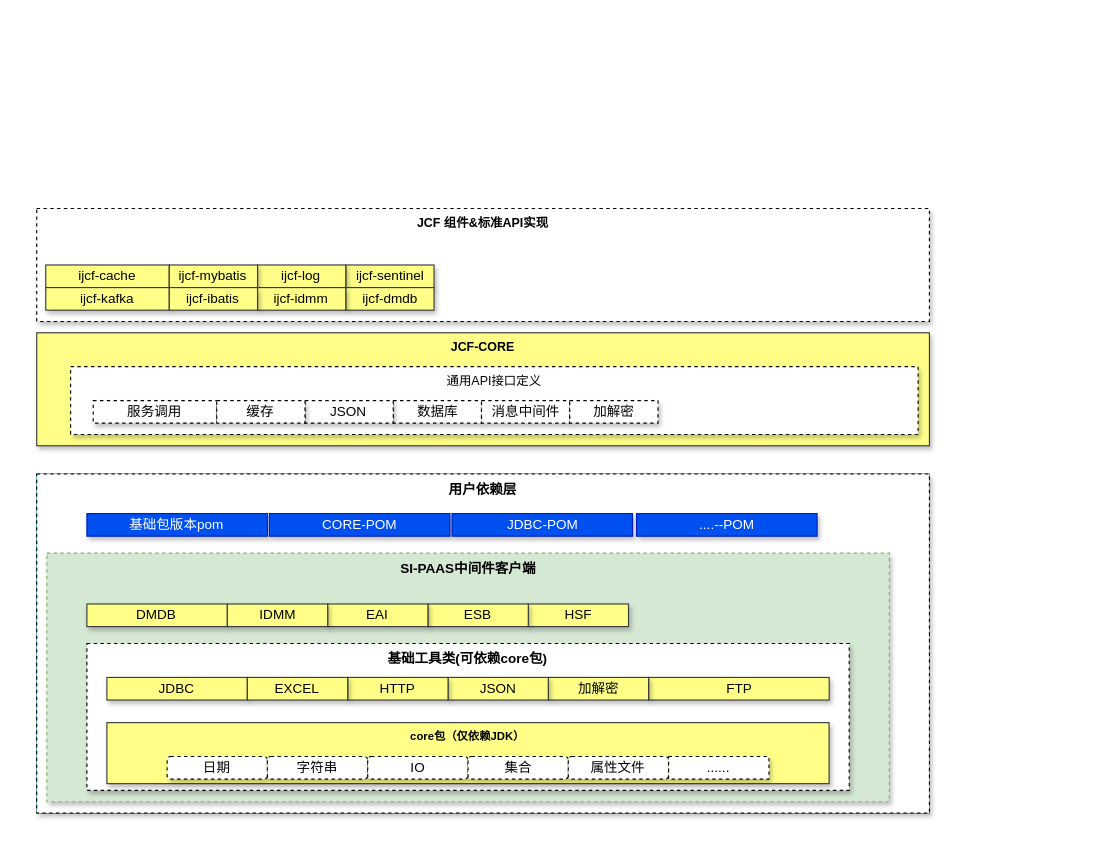
qymmdj/draw-io keeps this draw.io diagram as page "组件及开发框架演进" (12 of 12) of 微服务.drawio. Above is the earlier version. Source tidied: cells renumbered, new cells numbered last; positions are measured from the earlier drawing's top-left corner, leaving out a move shared by most shapes. Both pictures are drawn from the tidied source at 113%, with x=0, y=0 at pixel (36, 208).
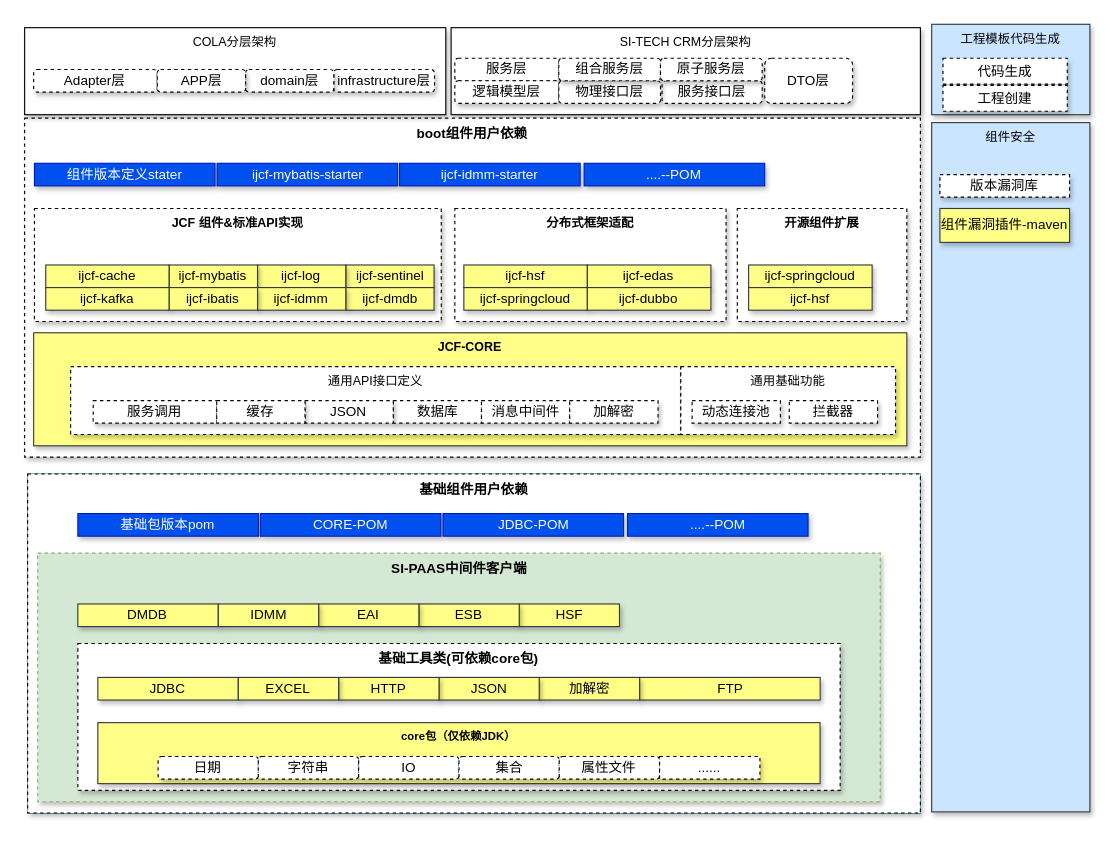
The same page after the edit.

Commit message:
更新微服务.drawio

What changed in the source:
```diff
@@
+    <mxCell id="46" value="SI-TECH CRM分层架构" style="rounded=0;whiteSpace=wrap;html=1;shadow=1;glass=0;sketch=0;fontSize=11;verticalAlign=top;" parent="1" vertex="1">
+      <mxGeometry x="366.7" y="-160" width="415.3" height="77" as="geometry" />
+    </mxCell>
+    <mxCell id="47" value="&lt;span style=&quot;font-size: 12px; font-weight: 700;&quot;&gt;boot组件用户依赖&lt;/span&gt;" style="rounded=0;whiteSpace=wrap;html=1;shadow=1;glass=0;dashed=1;sketch=0;fontSize=11;verticalAlign=top;" parent="1" vertex="1">
+      <mxGeometry x="-10.7" y="-80" width="792.7" height="300" as="geometry" />
+    </mxCell>
     <mxCell id="2" value="JCF 组件&amp;amp;标准API实现" style="rounded=0;whiteSpace=wrap;html=1;shadow=1;glass=0;sketch=0;fontSize=11;verticalAlign=top;fontStyle=1;dashed=1;" parent="1" vertex="1">
-      <mxGeometry width="790" height="100" as="geometry" />
+      <mxGeometry x="-2" width="360" height="100" as="geometry" />
     </mxCell>
     <mxCell id="3" value="JCF-CORE" style="rounded=0;whiteSpace=wrap;html=1;shadow=1;glass=0;sketch=0;fontSize=11;verticalAlign=top;fontStyle=1;fillColor=#ffff88;strokeColor=#36393d;" parent="1" vertex="1">
-      <mxGeometry y="110" width="790" height="100" as="geometry" />
+      <mxGeometry x="-2.7" y="110" width="772.7" height="100" as="geometry" />
     </mxCell>
     <mxCell id="4" value="通用API接口定义" style="rounded=0;whiteSpace=wrap;html=1;shadow=1;glass=0;sketch=0;fontSize=11;verticalAlign=top;dashed=1;" parent="1" vertex="1">
-      <mxGeometry x="30" y="140" width="750" height="60" as="geometry" />
+      <mxGeometry x="30" y="140" width="540" height="60" as="geometry" />
     </mxCell>
     <mxCell id="5" style="group;fillColor=#b0e3e6;strokeColor=#0e8088;" parent="1" vertex="1">
-      <mxGeometry y="235" width="790" height="300" as="geometry" />
+      <mxGeometry x="-8" y="235" width="790" height="300" as="geometry" />
     </mxCell>
-    <mxCell id="6" value="用户依赖层" style="rounded=0;whiteSpace=wrap;html=1;shadow=1;glass=0;sketch=0;dashed=1;verticalAlign=top;fontStyle=1;fontSize=12;" parent="5" vertex="1">
+    <mxCell id="6" value="基础组件用户依赖" style="rounded=0;whiteSpace=wrap;html=1;shadow=1;glass=0;sketch=0;dashed=1;verticalAlign=top;fontStyle=1;fontSize=12;" parent="5" vertex="1">
       <mxGeometry width="790" height="300" as="geometry" />
     </mxCell>
@@
+    <mxCell id="48" value="分布式框架适配" style="rounded=0;whiteSpace=wrap;html=1;shadow=1;glass=0;sketch=0;fontSize=11;verticalAlign=top;fontStyle=1;dashed=1;" parent="1" vertex="1">
+      <mxGeometry x="370" width="240" height="100" as="geometry" />
+    </mxCell>
+    <mxCell id="49" value="ijcf-hsf" style="rounded=0;whiteSpace=wrap;html=1;shadow=1;fillColor=#ffff88;strokeColor=#36393d;" parent="1" vertex="1">
+      <mxGeometry x="378" y="50" width="109.3" height="20" as="geometry" />
+    </mxCell>
+    <mxCell id="50" value="ijcf-springcloud" style="rounded=0;whiteSpace=wrap;html=1;shadow=1;fillColor=#ffff88;strokeColor=#36393d;" parent="1" vertex="1">
+      <mxGeometry x="378" y="70" width="109.3" height="20" as="geometry" />
+    </mxCell>
+    <mxCell id="51" value="ijcf-edas" style="rounded=0;whiteSpace=wrap;html=1;shadow=1;fillColor=#ffff88;strokeColor=#36393d;" parent="1" vertex="1">
+      <mxGeometry x="487.3" y="50" width="109.3" height="20" as="geometry" />
+    </mxCell>
+    <mxCell id="52" value="ijcf-dubbo" style="rounded=0;whiteSpace=wrap;html=1;shadow=1;fillColor=#ffff88;strokeColor=#36393d;" parent="1" vertex="1">
+      <mxGeometry x="487.3" y="70" width="109.3" height="20" as="geometry" />
+    </mxCell>
+    <mxCell id="53" value="开源组件扩展" style="rounded=0;whiteSpace=wrap;html=1;shadow=1;glass=0;sketch=0;fontSize=11;verticalAlign=top;fontStyle=1;dashed=1;" parent="1" vertex="1">
+      <mxGeometry x="620" width="150" height="100" as="geometry" />
+    </mxCell>
+    <mxCell id="54" value="ijcf-springcloud" style="rounded=0;whiteSpace=wrap;html=1;shadow=1;fillColor=#ffff88;strokeColor=#36393d;" parent="1" vertex="1">
+      <mxGeometry x="630" y="50" width="109.3" height="20" as="geometry" />
+    </mxCell>
+    <mxCell id="55" value="ijcf-hsf" style="rounded=0;whiteSpace=wrap;html=1;shadow=1;fillColor=#ffff88;strokeColor=#36393d;" parent="1" vertex="1">
+      <mxGeometry x="630" y="70" width="109.3" height="20" as="geometry" />
+    </mxCell>
+    <mxCell id="56" value="通用基础功能" style="rounded=0;whiteSpace=wrap;html=1;shadow=1;glass=0;sketch=0;fontSize=11;verticalAlign=top;dashed=1;" parent="1" vertex="1">
+      <mxGeometry x="570" y="140" width="190" height="60" as="geometry" />
+    </mxCell>
+    <mxCell id="57" value="动态连接池" style="rounded=0;whiteSpace=wrap;html=1;shadow=1;dashed=1;" parent="1" vertex="1">
+      <mxGeometry x="580" y="170" width="78.1" height="20" as="geometry" />
+    </mxCell>
+    <mxCell id="58" value="拦截器" style="rounded=0;whiteSpace=wrap;html=1;shadow=1;dashed=1;" parent="1" vertex="1">
+      <mxGeometry x="666" y="170" width="78.1" height="20" as="geometry" />
+    </mxCell>
+    <mxCell id="59" value="组件版本定义stater" style="rounded=0;whiteSpace=wrap;html=1;shadow=1;fillColor=#0050ef;fontColor=#ffffff;strokeColor=#001DBC;" parent="1" vertex="1">
+      <mxGeometry x="-2" y="-40" width="159.8" height="20" as="geometry" />
+    </mxCell>
+    <mxCell id="60" value="ijcf-mybatis-starter" style="rounded=0;whiteSpace=wrap;html=1;shadow=1;fillColor=#0050ef;strokeColor=#001DBC;fontColor=#ffffff;" parent="1" vertex="1">
+      <mxGeometry x="159.6" y="-40" width="159.8" height="20" as="geometry" />
+    </mxCell>
+    <mxCell id="61" value="ijcf-idmm-starter" style="rounded=0;whiteSpace=wrap;html=1;shadow=1;fillColor=#0050ef;strokeColor=#001DBC;fontColor=#ffffff;" parent="1" vertex="1">
+      <mxGeometry x="321.1" y="-40" width="159.8" height="20" as="geometry" />
+    </mxCell>
+    <mxCell id="62" value="....--POM" style="rounded=0;whiteSpace=wrap;html=1;shadow=1;fillColor=#0050ef;strokeColor=#001DBC;fontColor=#ffffff;" parent="1" vertex="1">
+      <mxGeometry x="484.4" y="-40" width="159.8" height="20" as="geometry" />
+    </mxCell>
+    <mxCell id="63" value="COLA分层架构" style="rounded=0;whiteSpace=wrap;html=1;shadow=1;glass=0;sketch=0;fontSize=11;verticalAlign=top;" parent="1" vertex="1">
+      <mxGeometry x="-10.7" y="-160" width="372.7" height="77" as="geometry" />
+    </mxCell>
+    <mxCell id="64" value="infrastructure层" style="rounded=1;whiteSpace=wrap;html=1;shadow=1;dashed=1;" parent="1" vertex="1">
+      <mxGeometry x="262.8" y="-123" width="89.2" height="20" as="geometry" />
+    </mxCell>
+    <mxCell id="65" value="domain层" style="rounded=1;whiteSpace=wrap;html=1;shadow=1;dashed=1;" parent="1" vertex="1">
+      <mxGeometry x="184.8" y="-123" width="78.1" height="20" as="geometry" />
+    </mxCell>
+    <mxCell id="66" value="Adapter层" style="rounded=1;whiteSpace=wrap;html=1;shadow=1;dashed=1;" parent="1" vertex="1">
+      <mxGeometry x="-2.7" y="-123" width="109.3" height="20" as="geometry" />
+    </mxCell>
+    <mxCell id="67" value="APP层" style="rounded=1;whiteSpace=wrap;html=1;shadow=1;dashed=1;" parent="1" vertex="1">
+      <mxGeometry x="106.7" y="-123" width="78.1" height="20" as="geometry" />
+    </mxCell>
+    <mxCell id="68" value="服务层" style="rounded=1;whiteSpace=wrap;html=1;shadow=1;dashed=1;" parent="1" vertex="1">
+      <mxGeometry x="370" y="-133" width="92" height="20" as="geometry" />
+    </mxCell>
+    <mxCell id="69" value="服务接口层" style="rounded=1;whiteSpace=wrap;html=1;shadow=1;dashed=1;" parent="1" vertex="1">
+      <mxGeometry x="553.4" y="-113" width="88.6" height="20" as="geometry" />
+    </mxCell>
+    <mxCell id="70" value="逻辑模型层" style="rounded=1;whiteSpace=wrap;html=1;shadow=1;dashed=1;" parent="1" vertex="1">
+      <mxGeometry x="370" y="-113" width="92" height="20" as="geometry" />
+    </mxCell>
+    <mxCell id="71" value="物理接口层" style="rounded=1;whiteSpace=wrap;html=1;shadow=1;dashed=1;" parent="1" vertex="1">
+      <mxGeometry x="462" y="-113" width="90" height="20" as="geometry" />
+    </mxCell>
+    <mxCell id="72" value="DTO层" style="rounded=1;whiteSpace=wrap;html=1;shadow=1;dashed=1;" parent="1" vertex="1">
+      <mxGeometry x="644.2" y="-133" width="77.8" height="40" as="geometry" />
+    </mxCell>
+    <mxCell id="73" value="组合服务层" style="rounded=1;whiteSpace=wrap;html=1;shadow=1;dashed=1;" parent="1" vertex="1">
+      <mxGeometry x="462" y="-133" width="90" height="20" as="geometry" />
+    </mxCell>
+    <mxCell id="74" value="原子服务层" style="rounded=1;whiteSpace=wrap;html=1;shadow=1;dashed=1;" parent="1" vertex="1">
+      <mxGeometry x="552" y="-133" width="90" height="20" as="geometry" />
+    </mxCell>
+    <mxCell id="75" value="工程模板代码生成" style="rounded=0;whiteSpace=wrap;html=1;shadow=1;glass=0;sketch=0;fontSize=11;fillColor=#cce5ff;strokeColor=#36393d;verticalAlign=top;" parent="1" vertex="1">
+      <mxGeometry x="792" y="-163" width="140" height="80" as="geometry" />
+    </mxCell>
+    <mxCell id="76" value="组件安全" style="rounded=0;whiteSpace=wrap;html=1;shadow=1;glass=0;sketch=0;fontSize=11;fillColor=#cce5ff;strokeColor=#36393d;verticalAlign=top;" parent="1" vertex="1">
+      <mxGeometry x="792" y="-76" width="140" height="610" as="geometry" />
+    </mxCell>
+    <mxCell id="77" value="版本漏洞库" style="rounded=0;whiteSpace=wrap;html=1;shadow=1;dashed=1;" parent="1" vertex="1">
+      <mxGeometry x="799.3" y="-30" width="114.7" height="20" as="geometry" />
+    </mxCell>
+    <mxCell id="78" value="组件漏洞插件-maven" style="rounded=0;whiteSpace=wrap;html=1;shadow=1;fillColor=#ffff88;strokeColor=#36393d;" parent="1" vertex="1">
+      <mxGeometry x="799.3" width="114.7" height="30" as="geometry" />
+    </mxCell>
+    <mxCell id="79" value="代码生成" style="rounded=0;whiteSpace=wrap;html=1;shadow=1;dashed=1;" parent="1" vertex="1">
+      <mxGeometry x="802" y="-133" width="110" height="23" as="geometry" />
+    </mxCell>
+    <mxCell id="80" value="工程创建" style="rounded=0;whiteSpace=wrap;html=1;shadow=1;dashed=1;" parent="1" vertex="1">
+      <mxGeometry x="802" y="-109" width="110" height="23" as="geometry" />
+    </mxCell>
```
